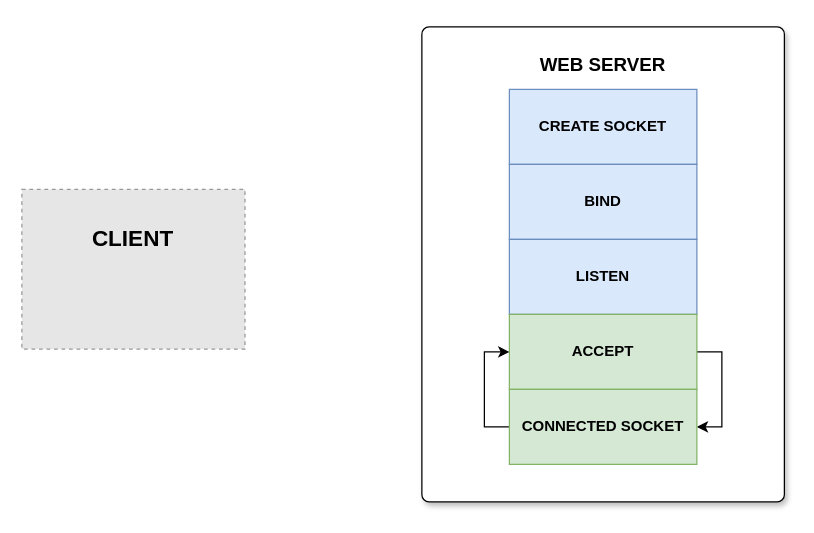
The draw.io diagram sockets.drawio in karankumarshreds/CustomWsgiWebserver, before the edit. Source tidied: cells renumbered, new cells numbered last; positions are measured from the earlier drawing's top-left corner, leaving out a move shared by most shapes. Both pictures are drawn from the tidied source at 125%, with x=0, y=0 at pixel (21, 26). Pictures stored in the file or linked from it are replaced by grey dashed boxes.
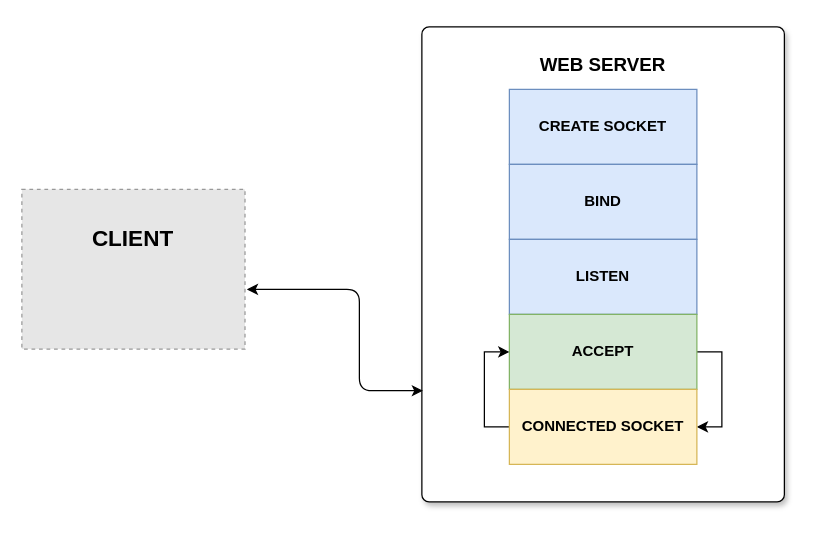
The same page after the edit.

Diff of the diagram source:
```diff
@@
 <mxGraphModel>
   <root>
     <mxCell id="0" />
     <mxCell id="1" parent="0" />
     <mxCell id="2" style="rounded=1;whiteSpace=wrap;html=1;arcSize=2;shadow=1;" parent="1" vertex="1">
       <mxGeometry x="320" width="290" height="380" as="geometry" />
     </mxCell>
     <mxCell id="3" value="&lt;b&gt;CREATE SOCKET&lt;/b&gt;" style="rounded=0;whiteSpace=wrap;html=1;fillColor=#dae8fc;strokeColor=#6c8ebf;" parent="1" vertex="1">
       <mxGeometry x="390" y="50" width="150" height="60" as="geometry" />
     </mxCell>
     <mxCell id="4" value="&lt;b&gt;BIND&lt;/b&gt;" style="rounded=0;whiteSpace=wrap;html=1;fillColor=#dae8fc;strokeColor=#6c8ebf;" parent="1" vertex="1">
       <mxGeometry x="390" y="110" width="150" height="60" as="geometry" />
     </mxCell>
     <mxCell id="5" value="&lt;b&gt;LISTEN&lt;/b&gt;" style="rounded=0;whiteSpace=wrap;html=1;fillColor=#dae8fc;strokeColor=#6c8ebf;" parent="1" vertex="1">
       <mxGeometry x="390" y="170" width="150" height="60" as="geometry" />
     </mxCell>
     <mxCell id="6" style="edgeStyle=orthogonalEdgeStyle;rounded=0;jettySize=auto;html=1;exitX=1;exitY=0.5;exitDx=0;exitDy=0;entryX=1;entryY=0.5;entryDx=0;entryDy=0;" parent="1" edge="1" source="7" target="9">
       <mxGeometry relative="1" as="geometry" />
     </mxCell>
     <mxCell id="7" value="&lt;b&gt;ACCEPT&lt;/b&gt;" style="rounded=0;whiteSpace=wrap;html=1;fillColor=#d5e8d4;strokeColor=#82b366;" parent="1" vertex="1">
       <mxGeometry x="390" y="230" width="150" height="60" as="geometry" />
     </mxCell>
     <mxCell id="8" style="edgeStyle=orthogonalEdgeStyle;rounded=0;jettySize=auto;html=1;exitX=0;exitY=0.5;exitDx=0;exitDy=0;entryX=0;entryY=0.5;entryDx=0;entryDy=0;" parent="1" edge="1" source="9" target="7">
       <mxGeometry relative="1" as="geometry" />
     </mxCell>
-    <mxCell id="9" value="&lt;b&gt;CONNECTED SOCKET&lt;/b&gt;" style="rounded=0;whiteSpace=wrap;html=1;fillColor=#d5e8d4;strokeColor=#82b366;" parent="1" vertex="1">
+    <mxCell id="9" value="&lt;b&gt;CONNECTED SOCKET&lt;/b&gt;" style="rounded=0;whiteSpace=wrap;html=1;fillColor=#fff2cc;strokeColor=#d6b656;" parent="1" vertex="1">
       <mxGeometry x="390" y="290" width="150" height="60" as="geometry" />
     </mxCell>
     <mxCell id="10" style="fillColor=#E6E6E6;strokeColor=#999999;dashed=1;verticalLabelPosition=bottom;labelBackgroundColor=#ffffff;verticalAlign=top;" parent="1" vertex="1">
       <mxGeometry y="130" width="178.5" height="127.7" as="geometry" />
     </mxCell>
     <mxCell id="11" value="&lt;b&gt;&lt;font style=&quot;font-size: 18px&quot;&gt;CLIENT&lt;/font&gt;&lt;/b&gt;" style="text;html=1;strokeColor=none;fillColor=none;align=center;verticalAlign=middle;whiteSpace=wrap;rounded=0;" parent="1" vertex="1">
       <mxGeometry x="69.2" y="160" width="40" height="20" as="geometry" />
     </mxCell>
     <mxCell id="12" value="&lt;b&gt;&lt;font style=&quot;font-size: 15px&quot;&gt;WEB SERVER&lt;/font&gt;&lt;/b&gt;" style="text;html=1;strokeColor=none;fillColor=none;align=center;verticalAlign=middle;whiteSpace=wrap;rounded=0;" parent="1" vertex="1">
       <mxGeometry x="400" y="20" width="130" height="20" as="geometry" />
     </mxCell>
+    <mxCell id="13" style="endArrow=classic;startArrow=classic;html=1;entryX=0.003;entryY=0.766;entryDx=0;entryDy=0;entryPerimeter=0;" parent="1" edge="1" target="2">
+      <mxGeometry relative="1" as="geometry">
+        <mxPoint x="180" y="210" as="sourcePoint" />
+        <Array as="points">
+          <mxPoint x="270" y="210" />
+          <mxPoint x="270" y="291" />
+        </Array>
+      </mxGeometry>
+    </mxCell>
   </root>
 </mxGraphModel>
```
